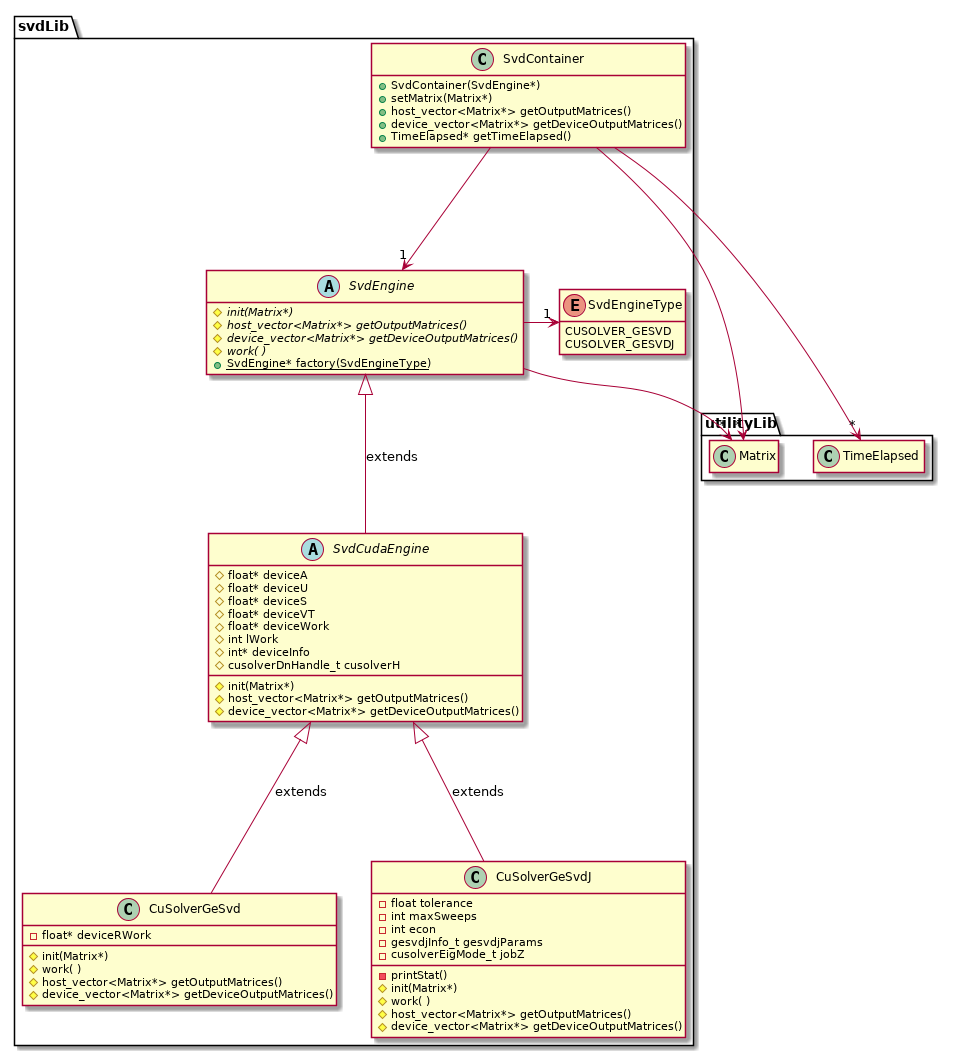
Above: uml/out/uml/src/SvdDiagram.png in newfla/CUDA-K-SVD-Denoising (PlantUML), before the change. Its diagram source:
```plantuml
@startuml SvdDiagram

package svdLib {

    abstract class SvdEngine{

        {abstract} # init(Matrix*)
        {abstract} # host_vector<Matrix*> getOutputMatrices()
        {abstract} # device_vector<Matrix*> getDeviceOutputMatrices()
        {abstract} # work( )
        {static} + SvdEngine* factory(SvdEngineType)
    }

    abstract class SvdCudaEngine{

        # float* deviceA
        # float* deviceU
        # float* deviceS
        # float* deviceVT
        # float* deviceWork
        # int lWork
        # int* deviceInfo
        # cusolverDnHandle_t cusolverH


        # init(Matrix*)
        # host_vector<Matrix*> getOutputMatrices()
        # device_vector<Matrix*> getDeviceOutputMatrices()
    }

    enum SvdEngineType{
            CUSOLVER_GESVD
            CUSOLVER_GESVDJ
    }

    class CuSolverGeSvd{

        - float* deviceRWork

        # init(Matrix*)
        # work( )
        # host_vector<Matrix*> getOutputMatrices()
        # device_vector<Matrix*> getDeviceOutputMatrices()
    }

    class CuSolverGeSvdJ{

        - float tolerance
        - int maxSweeps
        - int econ
        - gesvdjInfo_t gesvdjParams
        - cusolverEigMode_t jobZ

        - printStat()
        # init(Matrix*)
        # work( )
        # host_vector<Matrix*> getOutputMatrices()
        # device_vector<Matrix*> getDeviceOutputMatrices()
    }

    class SvdContainer{

        + SvdContainer(SvdEngine*)
        + setMatrix(Matrix*)
        + host_vector<Matrix*> getOutputMatrices()
        + device_vector<Matrix*> getDeviceOutputMatrices()
        + TimeElapsed* getTimeElapsed()
    }

    SvdContainer --> "1" SvdEngine
    SvdEngine -> "1" SvdEngineType
    SvdEngine <|-- SvdCudaEngine : extends
    SvdCudaEngine <|-- CuSolverGeSvdJ : extends
    SvdCudaEngine <|-- CuSolverGeSvd : extends

    hide SvdEngineType methods
    hide SvdContainer fields
    hide SvdEngine fields
}

package utilityLib{
    class Matrix
    class TimeElapsed

    hide Matrix fields
    hide Matrix methods

    hide TimeElapsed fields
    hide TimeElapsed methods
}

SvdContainer --> "*" TimeElapsed
SvdContainer --> "*" Matrix
SvdEngine --> "*" Matrix


@enduml
```
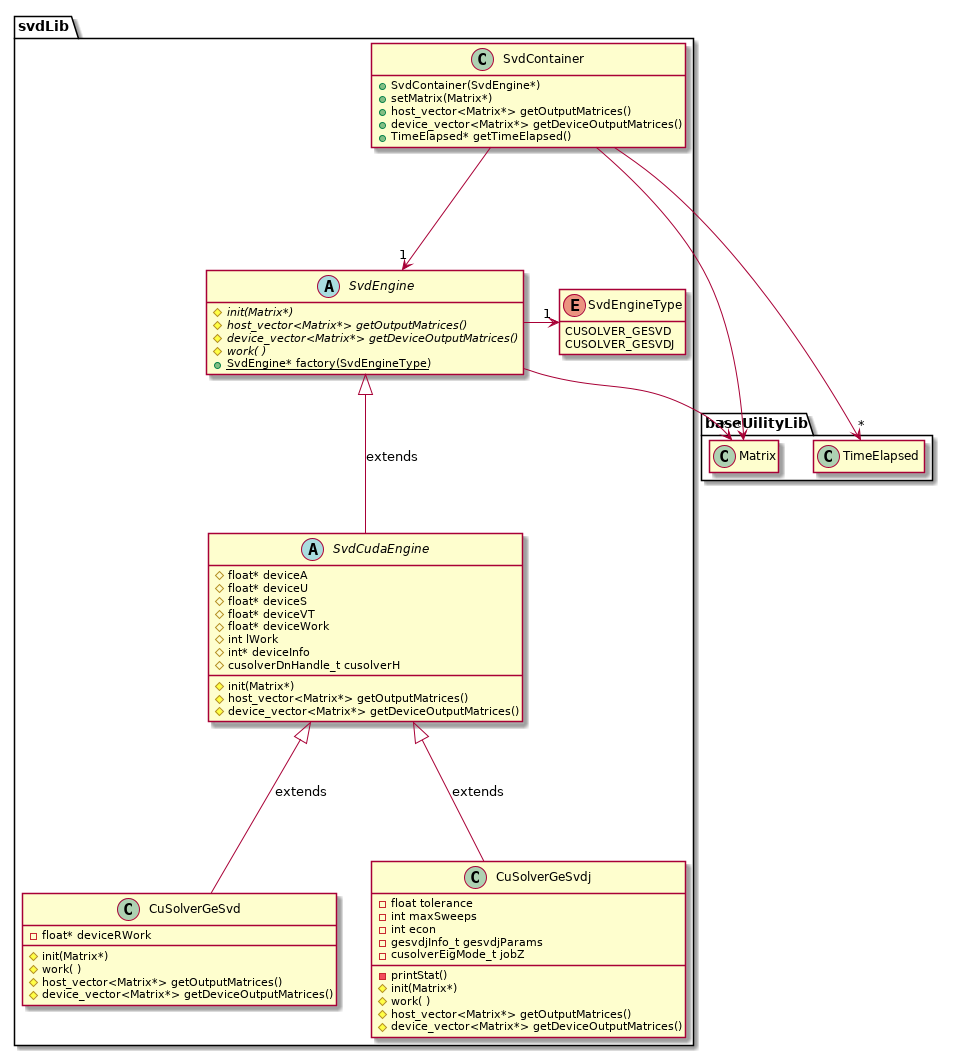
After the commit.

The edit, as a diff of the source:
```diff
@@ -43,7 +43,7 @@
         # device_vector<Matrix*> getDeviceOutputMatrices()
     }
 
-    class CuSolverGeSvdJ{
+    class CuSolverGeSvdj{
 
         - float tolerance
         - int maxSweeps
@@ -70,7 +70,7 @@
     SvdContainer --> "1" SvdEngine
     SvdEngine -> "1" SvdEngineType
     SvdEngine <|-- SvdCudaEngine : extends
-    SvdCudaEngine <|-- CuSolverGeSvdJ : extends
+    SvdCudaEngine <|-- CuSolverGeSvdj : extends
     SvdCudaEngine <|-- CuSolverGeSvd : extends
 
     hide SvdEngineType methods
@@ -78,7 +78,7 @@
     hide SvdEngine fields
 }
 
-package utilityLib{
+package baseUilityLib{
     class Matrix
     class TimeElapsed
 
```
